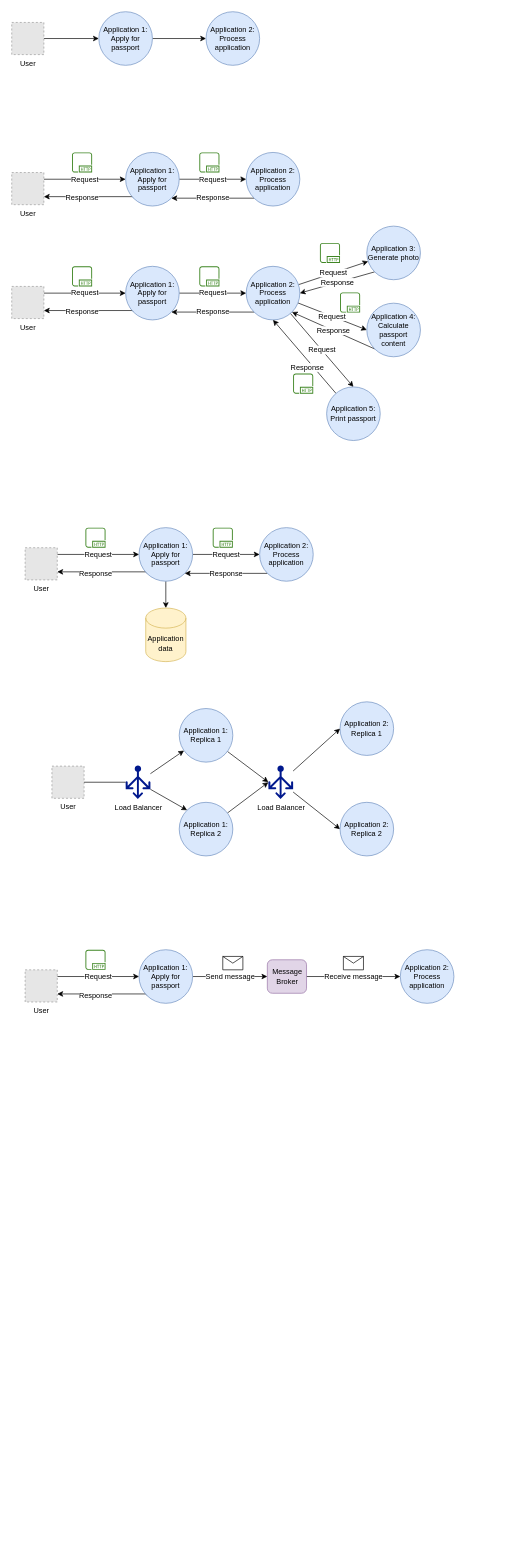
Before: async-vs-sync.drawio in johnwatson484/diagrams, a draw.io diagram. Source tidied: cells renumbered, new cells numbered last; positions are measured from the earlier drawing's top-left corner, leaving out a move shared by most shapes. Both pictures are drawn from the tidied source at 67%, with x=0, y=0 at pixel (11, 11). Pictures stored in the file or linked from it are replaced by grey dashed boxes.
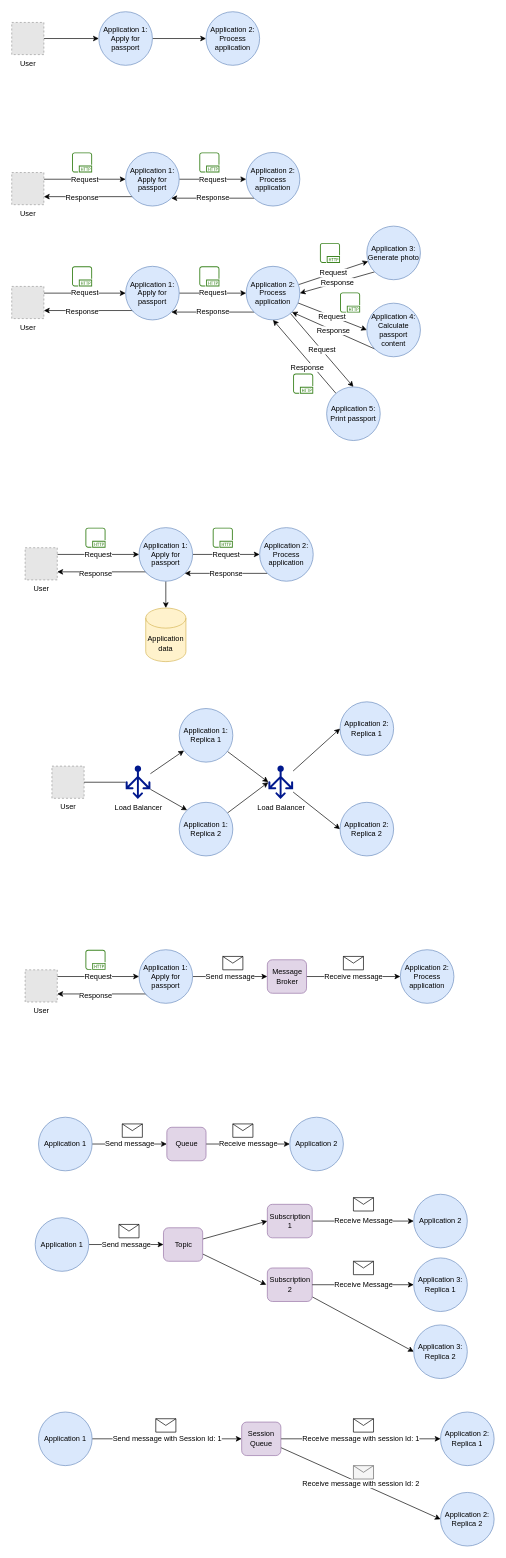
After the change.

Diff of the diagram source:
```diff
@@
+    <mxCell id="77" value="Send message" style="edgeStyle=none;rounded=0;jettySize=auto;html=1;fontSize=11;" parent="1" edge="1" source="78" target="82">
+      <mxGeometry relative="1" as="geometry" />
+    </mxCell>
+    <mxCell id="78" value="Application 1" style="ellipse;whiteSpace=wrap;html=1;fontSize=11;fillColor=#dae8fc;strokeColor=#6c8ebf;" parent="1" vertex="1">
+      <mxGeometry x="40" y="1650" width="80" height="80" as="geometry" />
+    </mxCell>
+    <mxCell id="79" value="Application 2" style="ellipse;whiteSpace=wrap;html=1;fontSize=11;fillColor=#dae8fc;strokeColor=#6c8ebf;" parent="1" vertex="1">
+      <mxGeometry x="415" y="1650" width="80" height="80" as="geometry" />
+    </mxCell>
+    <mxCell id="80" style="shape=message;html=1;whiteSpace=wrap;html=1;fontSize=11;" parent="1" vertex="1">
+      <mxGeometry x="165" y="1660" width="30" height="20" as="geometry" />
+    </mxCell>
+    <mxCell id="81" value="Receive message" style="edgeStyle=none;rounded=0;jettySize=auto;html=1;fontSize=11;" parent="1" edge="1" source="82" target="79">
+      <mxGeometry relative="1" as="geometry" />
+    </mxCell>
+    <mxCell id="82" value="Queue" style="rounded=1;whiteSpace=wrap;html=1;fontSize=11;fillColor=#e1d5e7;strokeColor=#9673a6;" parent="1" vertex="1">
+      <mxGeometry x="231.5" y="1665" width="58.5" height="50" as="geometry" />
+    </mxCell>
+    <mxCell id="83" style="shape=message;html=1;whiteSpace=wrap;html=1;fontSize=11;" parent="1" vertex="1">
+      <mxGeometry x="330" y="1660" width="30" height="20" as="geometry" />
+    </mxCell>
+    <mxCell id="84" value="Send message" style="edgeStyle=none;rounded=0;jettySize=auto;html=1;fontSize=11;" parent="1" edge="1" source="85" target="89">
+      <mxGeometry relative="1" as="geometry" />
+    </mxCell>
+    <mxCell id="85" value="Application 1" style="ellipse;whiteSpace=wrap;html=1;fontSize=11;fillColor=#dae8fc;strokeColor=#6c8ebf;" parent="1" vertex="1">
+      <mxGeometry x="35" y="1800" width="80" height="80" as="geometry" />
+    </mxCell>
+    <mxCell id="86" style="shape=message;html=1;whiteSpace=wrap;html=1;fontSize=11;" parent="1" vertex="1">
+      <mxGeometry x="160" y="1810" width="30" height="20" as="geometry" />
+    </mxCell>
+    <mxCell id="87" style="edgeStyle=none;rounded=0;jettySize=auto;html=1;entryX=0;entryY=0.5;entryDx=0;entryDy=0;fontSize=11;" parent="1" edge="1" source="89" target="91">
+      <mxGeometry relative="1" as="geometry" />
+    </mxCell>
+    <mxCell id="88" style="edgeStyle=none;rounded=0;jettySize=auto;html=1;fontSize=11;" parent="1" edge="1" source="89">
+      <mxGeometry relative="1" as="geometry">
+        <mxPoint x="380" y="1900" as="targetPoint" />
+      </mxGeometry>
+    </mxCell>
+    <mxCell id="89" value="Topic" style="rounded=1;whiteSpace=wrap;html=1;fontSize=11;fillColor=#e1d5e7;strokeColor=#9673a6;" parent="1" vertex="1">
+      <mxGeometry x="226.5" y="1815" width="58.5" height="50" as="geometry" />
+    </mxCell>
+    <mxCell id="90" value="Receive Message" style="edgeStyle=none;rounded=0;jettySize=auto;html=1;fontSize=11;" parent="1" edge="1" source="91" target="94">
+      <mxGeometry relative="1" as="geometry" />
+    </mxCell>
+    <mxCell id="91" value="Subscription 1" style="rounded=1;whiteSpace=wrap;html=1;fontSize=11;fillColor=#e1d5e7;strokeColor=#9673a6;" parent="1" vertex="1">
+      <mxGeometry x="381.5" y="1780" width="67" height="50" as="geometry" />
+    </mxCell>
+    <mxCell id="92" style="edgeStyle=none;rounded=0;jettySize=auto;html=1;entryX=0;entryY=0.5;entryDx=0;entryDy=0;fontSize=11;" parent="1" edge="1" source="93" target="99">
+      <mxGeometry relative="1" as="geometry" />
+    </mxCell>
+    <mxCell id="93" value="Subscription&lt;br&gt;2" style="rounded=1;whiteSpace=wrap;html=1;fontSize=11;fillColor=#e1d5e7;strokeColor=#9673a6;" parent="1" vertex="1">
+      <mxGeometry x="381.5" y="1875" width="67" height="50" as="geometry" />
+    </mxCell>
+    <mxCell id="94" value="Application 2" style="ellipse;whiteSpace=wrap;html=1;fontSize=11;fillColor=#dae8fc;strokeColor=#6c8ebf;" parent="1" vertex="1">
+      <mxGeometry x="600" y="1765" width="80" height="80" as="geometry" />
+    </mxCell>
+    <mxCell id="95" style="shape=message;html=1;whiteSpace=wrap;html=1;fontSize=11;" parent="1" vertex="1">
+      <mxGeometry x="510" y="1770" width="30" height="20" as="geometry" />
+    </mxCell>
+    <mxCell id="96" value="Receive Message" style="edgeStyle=none;rounded=0;jettySize=auto;html=1;fontSize=11;" parent="1" edge="1" target="97">
+      <mxGeometry relative="1" as="geometry">
+        <mxPoint x="448.5" y="1900" as="sourcePoint" />
+      </mxGeometry>
+    </mxCell>
+    <mxCell id="97" value="Application 3:&lt;br&gt;Replica 1" style="ellipse;whiteSpace=wrap;html=1;fontSize=11;fillColor=#dae8fc;strokeColor=#6c8ebf;" parent="1" vertex="1">
+      <mxGeometry x="600" y="1860" width="80" height="80" as="geometry" />
+    </mxCell>
+    <mxCell id="98" style="shape=message;html=1;whiteSpace=wrap;html=1;fontSize=11;" parent="1" vertex="1">
+      <mxGeometry x="510" y="1865" width="30" height="20" as="geometry" />
+    </mxCell>
+    <mxCell id="99" value="Application 3:&lt;br&gt;Replica 2" style="ellipse;whiteSpace=wrap;html=1;fontSize=11;fillColor=#dae8fc;strokeColor=#6c8ebf;" parent="1" vertex="1">
+      <mxGeometry x="600" y="1960" width="80" height="80" as="geometry" />
+    </mxCell>
+    <mxCell id="100" value="Send message with Session Id: 1" style="edgeStyle=none;rounded=0;jettySize=auto;html=1;fontSize=11;" parent="1" edge="1" source="101" target="106">
+      <mxGeometry relative="1" as="geometry" />
+    </mxCell>
+    <mxCell id="101" value="Application 1" style="ellipse;whiteSpace=wrap;html=1;fontSize=11;fillColor=#dae8fc;strokeColor=#6c8ebf;" parent="1" vertex="1">
+      <mxGeometry x="40" y="2090" width="80" height="80" as="geometry" />
+    </mxCell>
+    <mxCell id="102" value="Application 2: Replica 1" style="ellipse;whiteSpace=wrap;html=1;fontSize=11;fillColor=#dae8fc;strokeColor=#6c8ebf;" parent="1" vertex="1">
+      <mxGeometry x="640" y="2090" width="80" height="80" as="geometry" />
+    </mxCell>
+    <mxCell id="103" style="shape=message;html=1;whiteSpace=wrap;html=1;fontSize=11;" parent="1" vertex="1">
+      <mxGeometry x="215" y="2100" width="30" height="20" as="geometry" />
+    </mxCell>
+    <mxCell id="104" value="Receive message with session Id: 1" style="edgeStyle=none;rounded=0;jettySize=auto;html=1;fontSize=11;" parent="1" edge="1" source="106" target="102">
+      <mxGeometry relative="1" as="geometry" />
+    </mxCell>
+    <mxCell id="105" value="Receive message with session Id: 2" style="edgeStyle=none;rounded=0;jettySize=auto;html=1;entryX=0;entryY=0.5;entryDx=0;entryDy=0;fontSize=11;" parent="1" edge="1" source="106" target="108">
+      <mxGeometry relative="1" as="geometry" />
+    </mxCell>
+    <mxCell id="106" value="Session Queue" style="rounded=1;whiteSpace=wrap;html=1;fontSize=11;fillColor=#e1d5e7;strokeColor=#9673a6;" parent="1" vertex="1">
+      <mxGeometry x="343.2" y="2105" width="58.5" height="50" as="geometry" />
+    </mxCell>
+    <mxCell id="107" style="shape=message;html=1;whiteSpace=wrap;html=1;fontSize=11;" parent="1" vertex="1">
+      <mxGeometry x="510" y="2100" width="30" height="20" as="geometry" />
+    </mxCell>
+    <mxCell id="108" value="Application 2: Replica 2" style="ellipse;whiteSpace=wrap;html=1;fontSize=11;fillColor=#dae8fc;strokeColor=#6c8ebf;" parent="1" vertex="1">
+      <mxGeometry x="640" y="2210" width="80" height="80" as="geometry" />
+    </mxCell>
+    <mxCell id="109" style="shape=message;html=1;whiteSpace=wrap;html=1;fontSize=11;fillColor=#f5f5f5;fontColor=#333333;strokeColor=#666666;" parent="1" vertex="1">
+      <mxGeometry x="510" y="2170" width="30" height="20" as="geometry" />
+    </mxCell>
```
